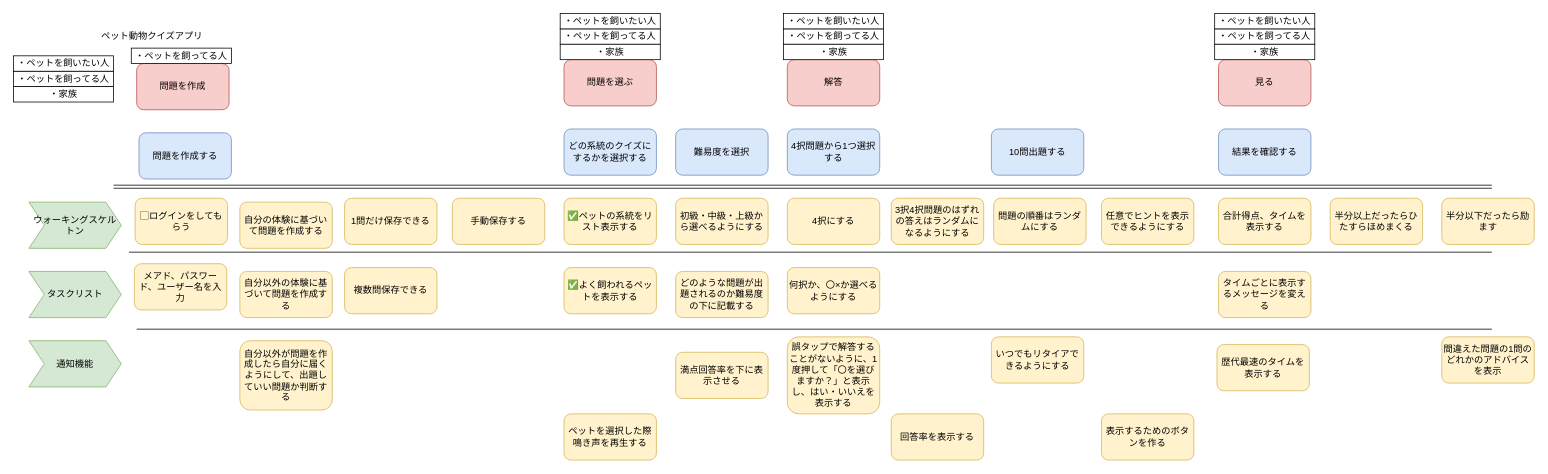
The draw.io diagram docs/storymap.drawio in nakatsujishota/my-memo, before the edit. Source tidied: cells renumbered, new cells numbered last; positions are measured from the earlier drawing's top-left corner, leaving out a move shared by most shapes. Both pictures are drawn from the tidied source at 77%, with x=0, y=0 at pixel (13, 13).
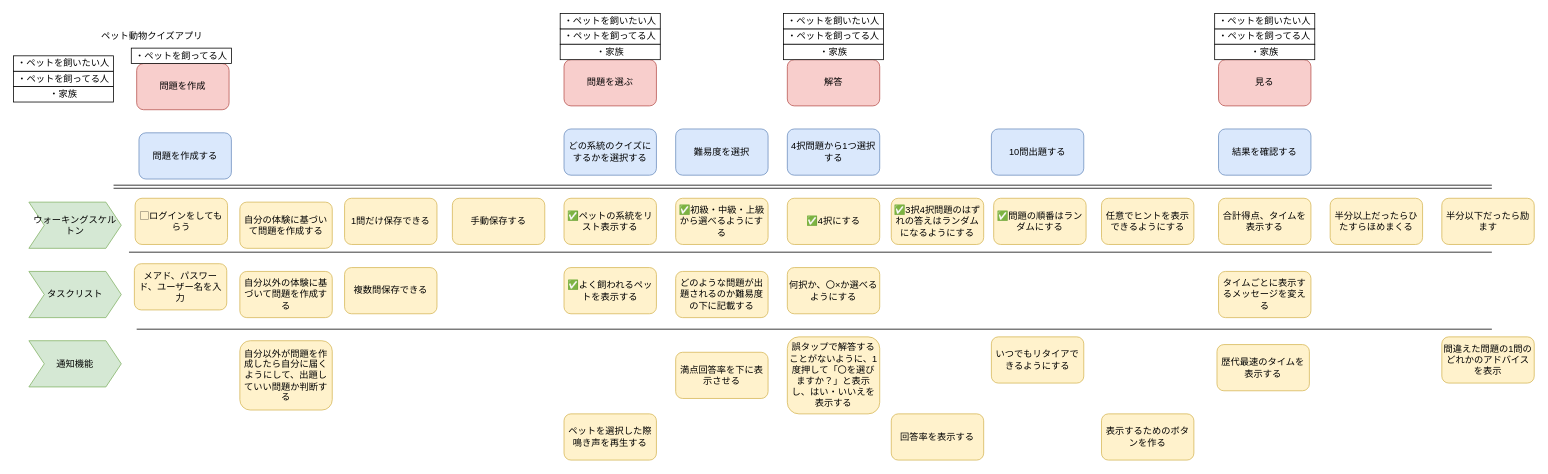
After the change.

The edit, as a diff of the source:
```diff
@@
-    <mxCell id="8" value="初級・中級・上級から選べるようにする" style="rounded=1;whiteSpace=wrap;html=1;roundedPerimeter=1;fillColor=#fff2cc;strokeColor=#d6b656;" parent="1" vertex="1">
+    <mxCell id="8" value="&lt;span style=&quot;color: rgb(0, 0, 0);&quot;&gt;✅&lt;/span&gt;初級・中級・上級から選べるようにする" style="rounded=1;whiteSpace=wrap;html=1;roundedPerimeter=1;fillColor=#fff2cc;strokeColor=#d6b656;" parent="1" vertex="1">
       <mxGeometry x="860" y="240" width="120" height="60" as="geometry" />
     </mxCell>
@@
-    <mxCell id="13" value="問題の順番はランダムにする" style="rounded=1;whiteSpace=wrap;html=1;roundedPerimeter=1;fillColor=#fff2cc;strokeColor=#d6b656;" parent="1" vertex="1">
+    <mxCell id="13" value="&lt;span style=&quot;color: rgb(0, 0, 0);&quot;&gt;✅&lt;/span&gt;問題の順番はランダムにする" style="rounded=1;whiteSpace=wrap;html=1;roundedPerimeter=1;fillColor=#fff2cc;strokeColor=#d6b656;" parent="1" vertex="1">
       <mxGeometry x="1273" y="240" width="120" height="60" as="geometry" />
     </mxCell>
@@
-    <mxCell id="26" value="4択にする" style="rounded=1;whiteSpace=wrap;html=1;roundedPerimeter=1;fillColor=#fff2cc;strokeColor=#d6b656;" parent="1" vertex="1">
+    <mxCell id="26" value="&lt;span style=&quot;color: rgb(0, 0, 0);&quot;&gt;✅&lt;/span&gt;4択にする" style="rounded=1;whiteSpace=wrap;html=1;roundedPerimeter=1;fillColor=#fff2cc;strokeColor=#d6b656;" parent="1" vertex="1">
       <mxGeometry x="1005" y="240" width="120" height="60" as="geometry" />
     </mxCell>
@@
-    <mxCell id="56" value="3択4択問題のはずれの答えはランダムになるようにする" style="rounded=1;whiteSpace=wrap;html=1;roundedPerimeter=1;fillColor=#fff2cc;strokeColor=#d6b656;" parent="1" vertex="1">
+    <mxCell id="56" value="&lt;span style=&quot;color: rgb(0, 0, 0);&quot;&gt;✅&lt;/span&gt;3択4択問題のはずれの答えはランダムになるようにする" style="rounded=1;whiteSpace=wrap;html=1;roundedPerimeter=1;fillColor=#fff2cc;strokeColor=#d6b656;" parent="1" vertex="1">
       <mxGeometry x="1140" y="240" width="120" height="60" as="geometry" />
     </mxCell>
```
